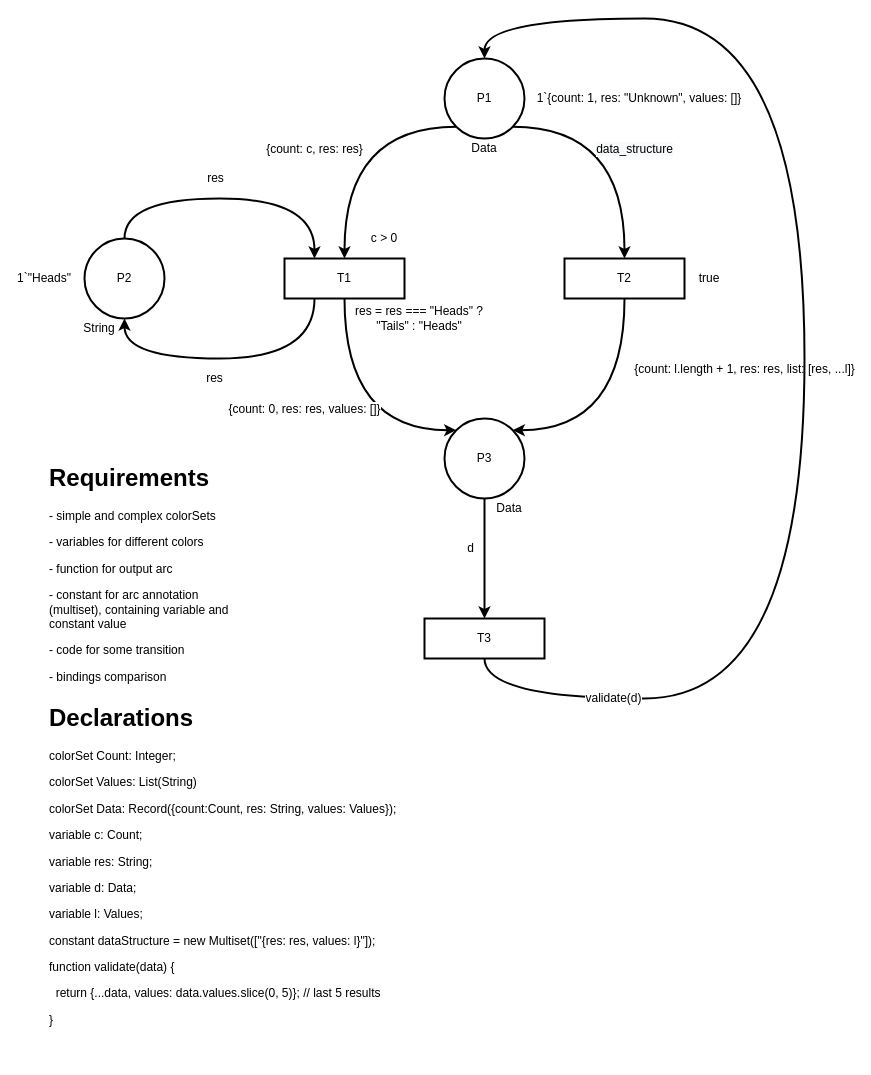
Above: page "Heads and Tails" (3 of 4) of docs/Experimental-Nets.drawio in valooford/OntoNet-CPN (draw.io), before the change. Source tidied: cells renumbered, new cells numbered last; positions are measured from the earlier drawing's top-left corner, leaving out a move shared by most shapes. Both pictures are drawn from the tidied source at 100%, with x=0, y=0 at pixel (24, 18).
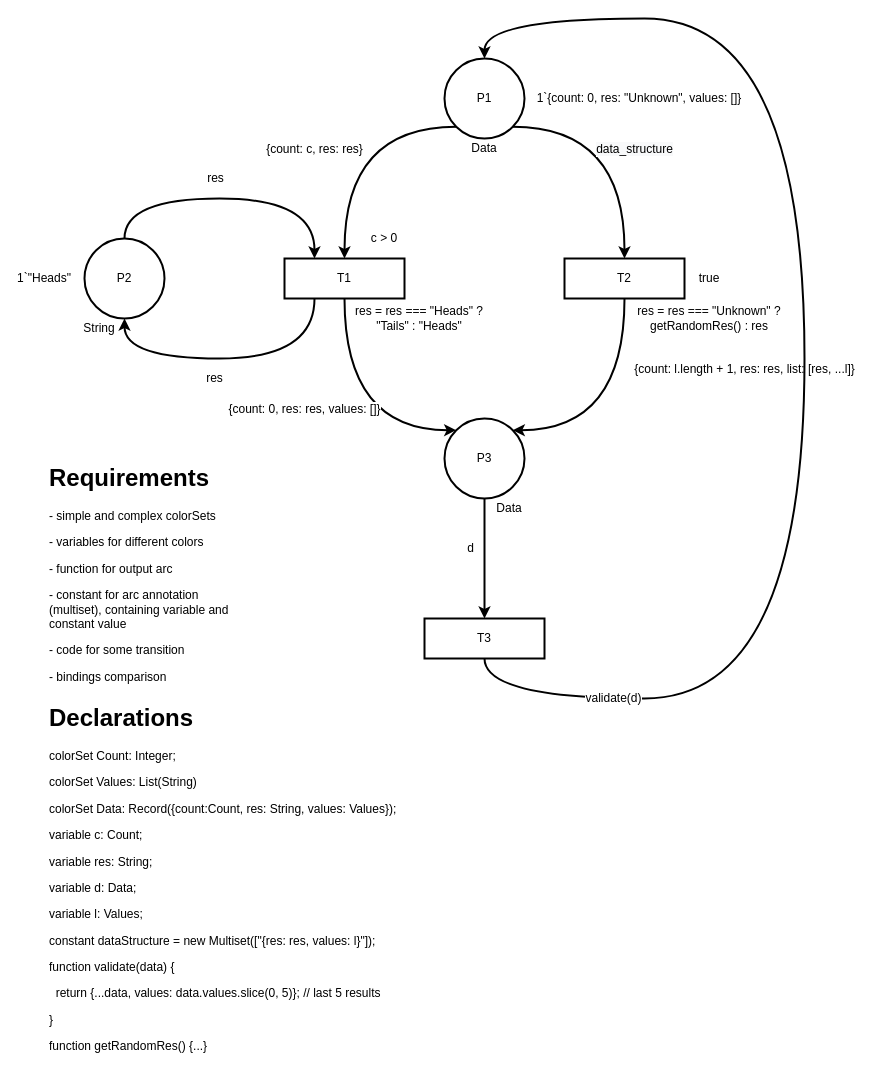
After the change.

Commit message (it also covers changes not shown here):
Net's definitions have been changed

The edit, as a diff of the source:
```diff
@@
-    <mxCell id="18" value="&lt;p style=&quot;line-height: 100%&quot;&gt;&lt;/p&gt;&lt;h1&gt;Declarations&lt;/h1&gt;&lt;p&gt;colorSet Count: Integer;&lt;/p&gt;&lt;p&gt;colorSet Values: List(String)&lt;/p&gt;&lt;p&gt;colorSet Data: Record({count:Count, res: String, values: Values});&lt;/p&gt;&lt;p&gt;variable c: Count;&lt;/p&gt;&lt;p&gt;variable res: String;&lt;/p&gt;&lt;p&gt;variable d: Data;&lt;/p&gt;&lt;p&gt;variable l: Values;&lt;/p&gt;&lt;p&gt;constant dataStructure = new Multiset([&quot;&lt;span&gt;&lt;font face=&quot;helvetica&quot;&gt;{res: res, values: l}&lt;/font&gt;&lt;/span&gt;&lt;span&gt;&quot;]);&lt;/span&gt;&lt;/p&gt;&lt;p&gt;&lt;span&gt;function validate(data) {&lt;/span&gt;&lt;/p&gt;&lt;p&gt;&lt;span&gt;&amp;nbsp; return {...data, values: data.values.slice(0, 5)}; // last 5 results&lt;/span&gt;&lt;/p&gt;&lt;p&gt;&lt;span&gt;}&lt;/span&gt;&lt;/p&gt;&lt;p&gt;&lt;/p&gt;" style="text;html=1;strokeColor=none;fillColor=none;spacing=5;spacingTop=-20;whiteSpace=wrap;overflow=hidden;rounded=0;" parent="1" vertex="1">
-      <mxGeometry x="20" y="680" width="400" height="340" as="geometry" />
+    <mxCell id="18" value="&lt;p style=&quot;line-height: 100%&quot;&gt;&lt;/p&gt;&lt;h1&gt;Declarations&lt;/h1&gt;&lt;p&gt;colorSet Count: Integer;&lt;/p&gt;&lt;p&gt;colorSet Values: List(String)&lt;/p&gt;&lt;p&gt;colorSet Data: Record({count:Count, res: String, values: Values});&lt;/p&gt;&lt;p&gt;variable c: Count;&lt;/p&gt;&lt;p&gt;variable res: String;&lt;/p&gt;&lt;p&gt;variable d: Data;&lt;/p&gt;&lt;p&gt;variable l: Values;&lt;/p&gt;&lt;p&gt;constant dataStructure = new Multiset([&quot;&lt;span&gt;&lt;font face=&quot;helvetica&quot;&gt;{res: res, values: l}&lt;/font&gt;&lt;/span&gt;&lt;span&gt;&quot;]);&lt;/span&gt;&lt;/p&gt;&lt;p&gt;&lt;span&gt;function validate(data) {&lt;/span&gt;&lt;/p&gt;&lt;p&gt;&lt;span&gt;&amp;nbsp; return {...data, values: data.values.slice(0, 5)}; // last 5 results&lt;/span&gt;&lt;/p&gt;&lt;p&gt;&lt;span&gt;}&lt;/span&gt;&lt;/p&gt;&lt;p&gt;&lt;span&gt;function getRandomRes() {...}&lt;/span&gt;&lt;/p&gt;&lt;p&gt;&lt;/p&gt;" style="text;html=1;strokeColor=none;fillColor=none;spacing=5;spacingTop=-20;whiteSpace=wrap;overflow=hidden;rounded=0;" parent="1" vertex="1">
+      <mxGeometry x="20" y="680" width="400" height="360" as="geometry" />
     </mxCell>
@@
-    <mxCell id="26" value="1`{count: 1, res: &quot;Unknown&quot;, values: []}" style="text;html=1;strokeColor=none;fillColor=none;align=center;verticalAlign=middle;whiteSpace=wrap;rounded=0;" parent="1" vertex="1">
+    <mxCell id="26" value="1`{count: 0, res: &quot;Unknown&quot;, values: []}" style="text;html=1;strokeColor=none;fillColor=none;align=center;verticalAlign=middle;whiteSpace=wrap;rounded=0;" parent="1" vertex="1">
       <mxGeometry x="510" y="70" width="210" height="20" as="geometry" />
     </mxCell>
@@
+    <mxCell id="28" value="res = res === &quot;Unknown&quot; ? getRandomRes() : res" style="text;html=1;strokeColor=none;fillColor=none;align=center;verticalAlign=middle;whiteSpace=wrap;rounded=0;" parent="1" vertex="1">
+      <mxGeometry x="610" y="290" width="150" height="20" as="geometry" />
+    </mxCell>
```
